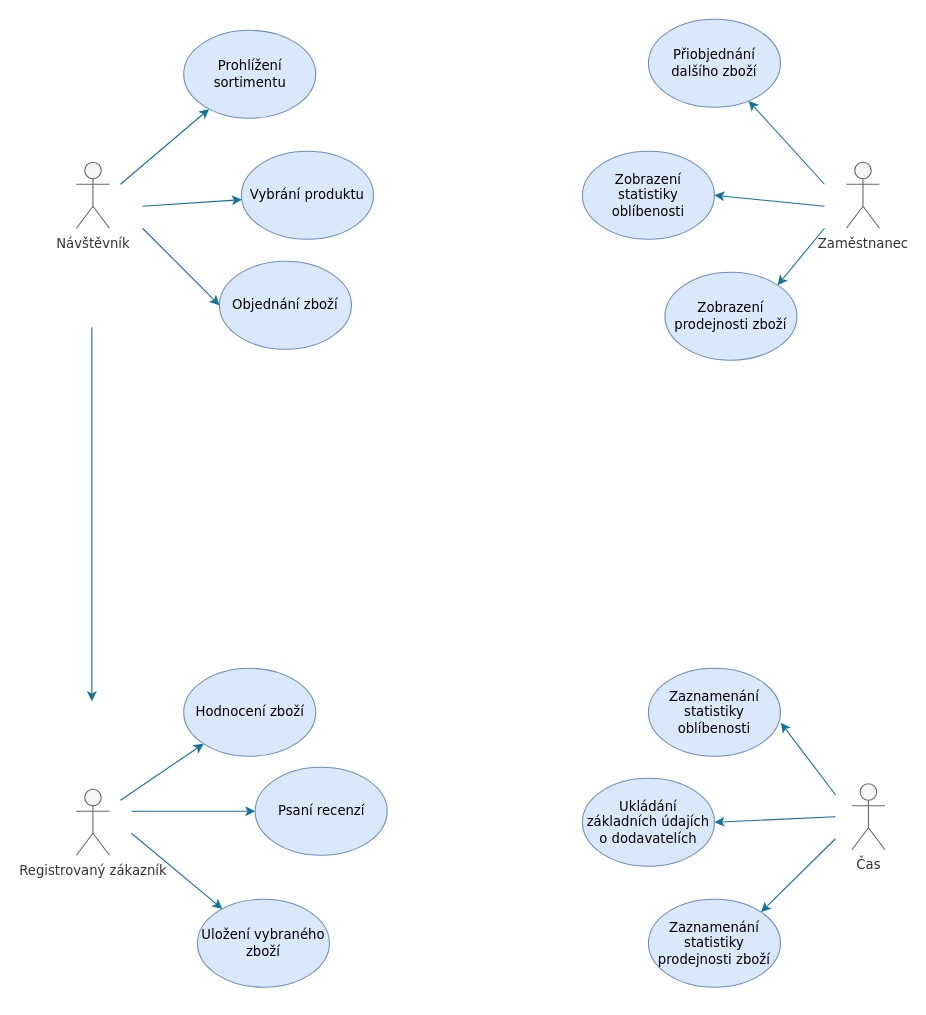
Before: usecase.drawio in taiyo-harenohi/IUS, a draw.io diagram. Source tidied: cells renumbered, new cells numbered last; positions are measured from the earlier drawing's top-left corner, leaving out a move shared by most shapes. Both pictures are drawn from the tidied source at 110%, with x=0, y=0 at pixel (76, 19).
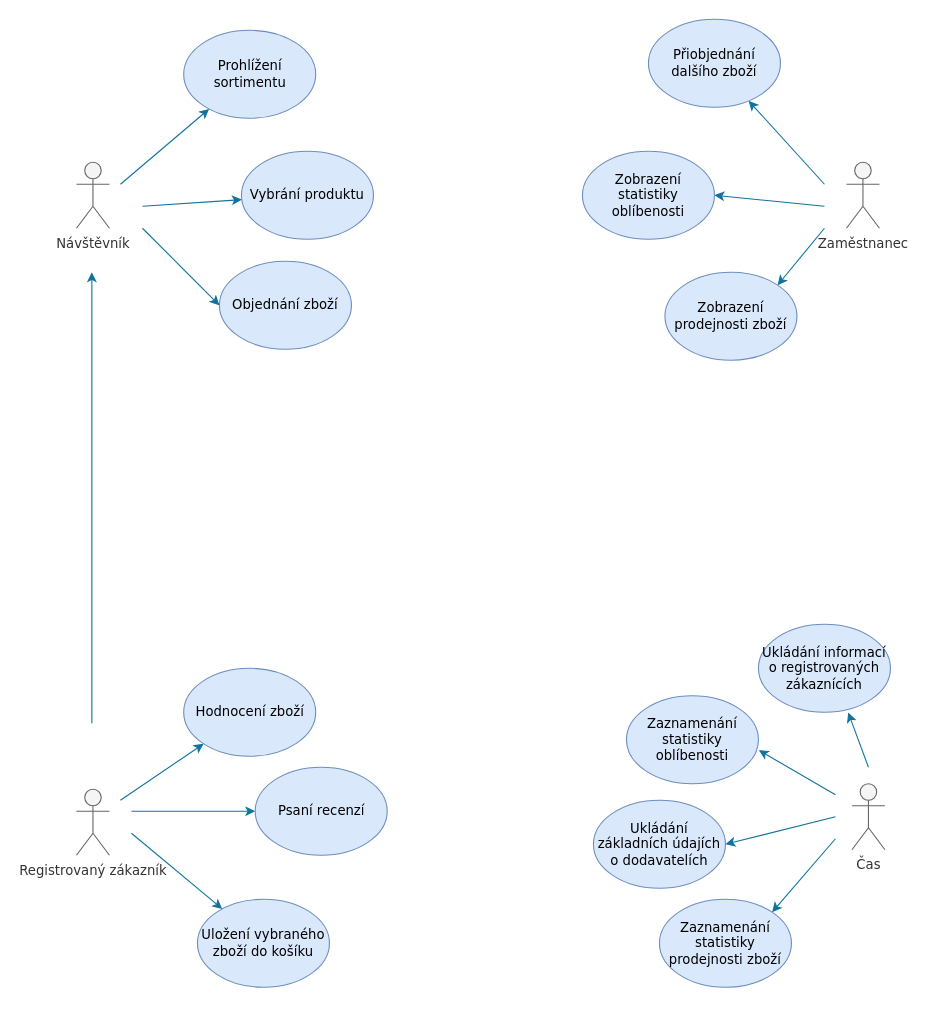
After the change.

Change to the diagram source:
```diff
@@
-    <mxCell id="7" value="Uložení vybraného zboží" style="ellipse;whiteSpace=wrap;html=1;fillColor=#dae8fc;strokeColor=#6c8ebf;fontStyle=0;fontFamily=Verdana;" parent="1" vertex="1">
+    <mxCell id="7" value="Uložení vybraného zboží do košíku" style="ellipse;whiteSpace=wrap;html=1;fillColor=#dae8fc;strokeColor=#6c8ebf;fontStyle=0;fontFamily=Verdana;" parent="1" vertex="1">
       <mxGeometry x="110" y="800" width="120" height="80" as="geometry" />
     </mxCell>
@@
     <mxCell id="15" style="endArrow=classic;html=1;fontFamily=Verdana;fontStyle=0;fillColor=#b1ddf0;strokeColor=#10739e;" parent="1" edge="1">
       <mxGeometry relative="1" as="geometry">
-        <mxPoint x="14" y="280" as="sourcePoint" />
-        <mxPoint x="14" y="620" as="targetPoint" />
+        <mxPoint x="14" y="640" as="sourcePoint" />
+        <mxPoint x="14" y="230" as="targetPoint" />
       </mxGeometry>
     </mxCell>
@@
     <mxCell id="17" value="Zaznamenání statistiky oblíbenosti" style="ellipse;whiteSpace=wrap;html=1;fillColor=#dae8fc;strokeColor=#6c8ebf;fontStyle=0;fontFamily=Verdana;" parent="1" vertex="1">
-      <mxGeometry x="520" y="590" width="120" height="80" as="geometry" />
+      <mxGeometry x="500" y="615" width="120" height="80" as="geometry" />
     </mxCell>
     <mxCell id="18" value="Zaznamenání statistiky prodejnosti zboží" style="ellipse;whiteSpace=wrap;html=1;fillColor=#dae8fc;strokeColor=#6c8ebf;fontStyle=0;fontFamily=Verdana;" parent="1" vertex="1">
-      <mxGeometry x="520" y="800" width="120" height="80" as="geometry" />
+      <mxGeometry x="530" y="800" width="120" height="80" as="geometry" />
     </mxCell>
     <mxCell id="19" value="Ukládání základních údajích o dodavatelích" style="ellipse;whiteSpace=wrap;html=1;fillColor=#dae8fc;strokeColor=#6c8ebf;fontStyle=0;fontFamily=Verdana;" parent="1" vertex="1">
-      <mxGeometry x="460" y="690" width="120" height="80" as="geometry" />
+      <mxGeometry x="470" y="710" width="120" height="80" as="geometry" />
     </mxCell>
@@
+    <mxCell id="32" value="Ukládání informací o registrovaných zákaznících" style="ellipse;whiteSpace=wrap;html=1;fillColor=#dae8fc;strokeColor=#6c8ebf;fontStyle=0;fontFamily=Verdana;" parent="1" vertex="1">
+      <mxGeometry x="620" y="550" width="120" height="80" as="geometry" />
+    </mxCell>
+    <mxCell id="33" style="endArrow=classic;html=1;fontFamily=Verdana;fontStyle=0;fillColor=#b1ddf0;strokeColor=#10739e;entryX=0.68;entryY=1.004;entryDx=0;entryDy=0;entryPerimeter=0;" parent="1" edge="1" target="32">
+      <mxGeometry relative="1" as="geometry">
+        <mxPoint x="720" y="680" as="sourcePoint" />
+      </mxGeometry>
+    </mxCell>
```
